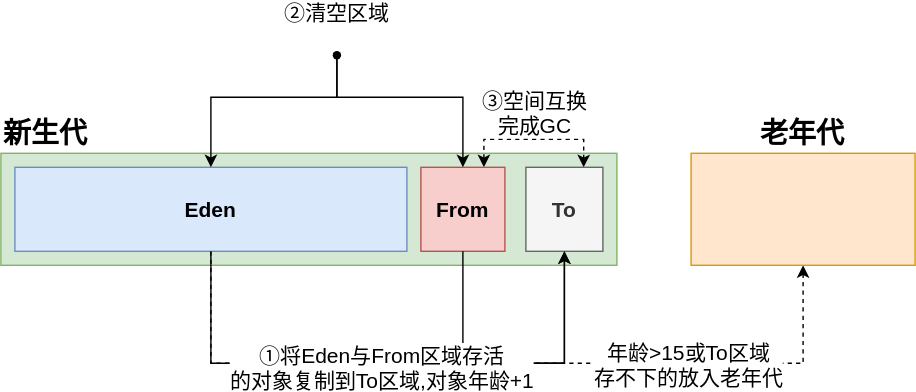
Above: Java/JVM/JVM内存模型/新生代GC.drawio.svg in Developer-Tang/notes (draw.io), before the change. Source tidied: cells renumbered, new cells last; positions are measured from the earlier drawing's top-left corner, leaving out a move shared by most shapes.
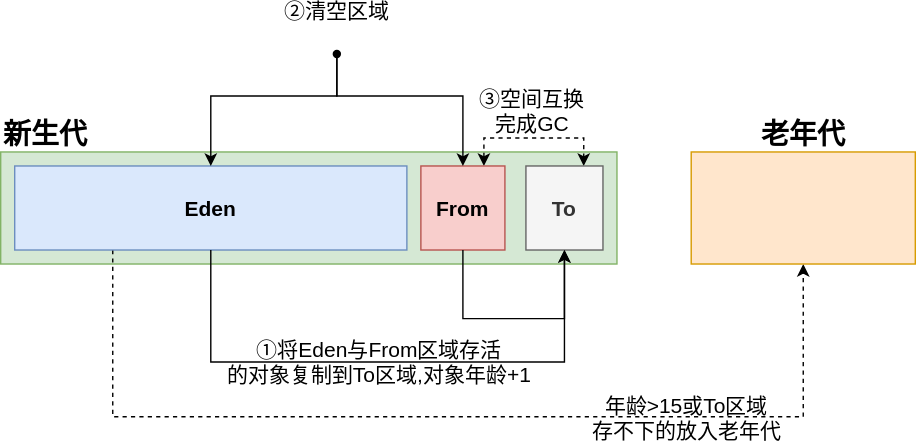
After the commit.

Change to the diagram source:
```diff
@@ -2,26 +2,26 @@
   <root>
     <mxCell id="0" />
     <mxCell id="1" parent="0" />
-    <mxCell id="2" value="新生代" style="rounded=0;whiteSpace=wrap;html=1;fontSize=20;align=left;verticalAlign=bottom;fillColor=#d5e8d4;strokeColor=#82b366;labelPosition=center;verticalLabelPosition=top;fontStyle=1;" parent="1" vertex="1">
+    <mxCell id="2" value="新生代" style="rounded=0;fontSize=20;align=left;verticalAlign=bottom;fillColor=#d5e8d4;strokeColor=#82b366;labelPosition=center;verticalLabelPosition=top;fontStyle=1;labelBackgroundColor=none;" parent="1" vertex="1">
       <mxGeometry y="90" width="440" height="80" as="geometry" />
     </mxCell>
-    <mxCell id="3" style="edgeStyle=orthogonalEdgeStyle;rounded=0;jettySize=auto;html=1;exitX=0.5;exitY=1;exitDx=0;exitDy=0;fontSize=15;dashed=1;fontStyle=1;entryX=0.5;entryY=1;entryDx=0;entryDy=0;" parent="1" edge="1" source="5" target="10">
+    <mxCell id="3" style="edgeStyle=orthogonalEdgeStyle;rounded=0;jettySize=auto;exitX=0.25;exitY=1;exitDx=0;exitDy=0;fontSize=15;dashed=1;fontStyle=1;entryX=0.5;entryY=1;entryDx=0;entryDy=0;labelBackgroundColor=none;" parent="1" edge="1" source="5" target="10">
       <mxGeometry relative="1" as="geometry">
         <Array as="points">
-          <mxPoint x="150" y="240" />
-          <mxPoint x="573" y="240" />
+          <mxPoint x="80" y="279" />
+          <mxPoint x="573" y="279" />
         </Array>
       </mxGeometry>
     </mxCell>
-    <mxCell id="4" value="年龄&amp;gt;15或To区域&lt;br&gt;存不下的放入老年代" style="edgeLabel;html=1;align=center;verticalAlign=middle;fontSize=15;fontStyle=0;" parent="3" vertex="1">
+    <mxCell id="4" value="年龄&gt;15或To区域&#10;存不下的放入老年代" style="edgeLabel;align=center;verticalAlign=middle;fontSize=15;fontStyle=0;labelBackgroundColor=none;" parent="3" vertex="1">
       <mxGeometry x="0.47" y="-2" relative="1" as="geometry">
         <mxPoint y="-2" as="offset" />
       </mxGeometry>
     </mxCell>
-    <mxCell id="5" value="Eden" style="whiteSpace=wrap;html=1;fontSize=15;align=center;verticalAlign=middle;fillColor=#dae8fc;strokeColor=#6c8ebf;fontStyle=1;" parent="1" vertex="1">
+    <mxCell id="5" value="Eden" style="fontSize=15;align=center;verticalAlign=middle;fillColor=#dae8fc;strokeColor=#6c8ebf;fontStyle=1;labelBackgroundColor=none;" parent="1" vertex="1">
       <mxGeometry x="10" y="100" width="280" height="60" as="geometry" />
     </mxCell>
-    <mxCell id="6" style="edgeStyle=orthogonalEdgeStyle;rounded=0;jettySize=auto;html=1;exitX=0.75;exitY=0;exitDx=0;exitDy=0;entryX=0.75;entryY=0;entryDx=0;entryDy=0;dashed=1;fontSize=15;startArrow=classic;startFill=1;fontStyle=1;" parent="1" edge="1" source="8" target="9">
+    <mxCell id="6" style="edgeStyle=orthogonalEdgeStyle;rounded=0;jettySize=auto;exitX=0.75;exitY=0;exitDx=0;exitDy=0;entryX=0.75;entryY=0;entryDx=0;entryDy=0;dashed=1;fontSize=15;startArrow=classic;startFill=1;fontStyle=1;labelBackgroundColor=none;" parent="1" edge="1" source="8" target="9">
       <mxGeometry relative="1" as="geometry">
         <Array as="points">
           <mxPoint x="345" y="80" />
@@ -29,29 +29,29 @@
         </Array>
       </mxGeometry>
     </mxCell>
-    <mxCell id="7" value="③空间互换&lt;br&gt;完成GC" style="edgeLabel;html=1;align=center;verticalAlign=middle;fontSize=15;fontStyle=0;" parent="6" vertex="1">
+    <mxCell id="7" value="③空间互换&#10;完成GC" style="edgeLabel;align=center;verticalAlign=middle;fontSize=15;fontStyle=0;labelBackgroundColor=none;" parent="6" vertex="1">
       <mxGeometry x="-0.2" relative="1" as="geometry">
         <mxPoint x="10" y="-20" as="offset" />
       </mxGeometry>
     </mxCell>
-    <mxCell id="8" value="From" style="whiteSpace=wrap;html=1;fontSize=15;align=center;verticalAlign=middle;fillColor=#f8cecc;strokeColor=#b85450;fontStyle=1;" parent="1" vertex="1">
+    <mxCell id="8" value="From" style="fontSize=15;align=center;verticalAlign=middle;fillColor=#f8cecc;strokeColor=#b85450;fontStyle=1;labelBackgroundColor=none;" parent="1" vertex="1">
       <mxGeometry x="300" y="100" width="60" height="60" as="geometry" />
     </mxCell>
-    <mxCell id="9" value="To" style="whiteSpace=wrap;html=1;fontSize=15;align=center;verticalAlign=middle;fillColor=#f5f5f5;strokeColor=#666666;fontColor=#333333;fontStyle=1;" parent="1" vertex="1">
+    <mxCell id="9" value="To" style="fontSize=15;align=center;verticalAlign=middle;fillColor=#f5f5f5;strokeColor=#666666;fontColor=#333333;fontStyle=1;labelBackgroundColor=none;" parent="1" vertex="1">
       <mxGeometry x="375" y="100" width="55" height="60" as="geometry" />
     </mxCell>
-    <mxCell id="10" value="老年代" style="whiteSpace=wrap;html=1;fontSize=20;fillColor=#ffe6cc;strokeColor=#d79b00;labelPosition=center;verticalLabelPosition=top;align=center;verticalAlign=bottom;fontStyle=1;" parent="1" vertex="1">
+    <mxCell id="10" value="老年代" style="fontSize=20;fillColor=#ffe6cc;strokeColor=#d79b00;labelPosition=center;verticalLabelPosition=top;align=center;verticalAlign=bottom;fontStyle=1;labelBackgroundColor=none;" parent="1" vertex="1">
       <mxGeometry x="493" y="90" width="160" height="80" as="geometry" />
     </mxCell>
-    <mxCell id="11" style="edgeStyle=orthogonalEdgeStyle;rounded=0;jettySize=auto;html=1;exitX=0.5;exitY=1;exitDx=0;exitDy=0;entryX=0.5;entryY=1;entryDx=0;entryDy=0;fontSize=20;fontStyle=1;" parent="1" edge="1" source="8" target="9">
+    <mxCell id="11" style="edgeStyle=orthogonalEdgeStyle;rounded=0;jettySize=auto;exitX=0.5;exitY=1;exitDx=0;exitDy=0;entryX=0.5;entryY=1;entryDx=0;entryDy=0;fontSize=20;fontStyle=1;labelBackgroundColor=none;" parent="1" edge="1" source="8" target="9">
       <mxGeometry relative="1" as="geometry">
         <Array as="points">
-          <mxPoint x="330" y="240" />
-          <mxPoint x="403" y="240" />
+          <mxPoint x="330" y="209" />
+          <mxPoint x="403" y="209" />
         </Array>
       </mxGeometry>
     </mxCell>
-    <mxCell id="12" style="edgeStyle=orthogonalEdgeStyle;rounded=0;jettySize=auto;html=1;exitX=0.5;exitY=1;exitDx=0;exitDy=0;entryX=0.5;entryY=1;entryDx=0;entryDy=0;fontSize=20;fontStyle=1;" parent="1" edge="1" source="5" target="9">
+    <mxCell id="12" style="edgeStyle=orthogonalEdgeStyle;rounded=0;jettySize=auto;entryX=0.5;entryY=1;entryDx=0;entryDy=0;fontSize=20;fontStyle=1;labelBackgroundColor=none;exitX=0.5;exitY=1;exitDx=0;exitDy=0;" parent="1" edge="1" source="5" target="9">
       <mxGeometry relative="1" as="geometry">
         <Array as="points">
           <mxPoint x="150" y="240" />
@@ -59,15 +59,15 @@
         </Array>
       </mxGeometry>
     </mxCell>
-    <mxCell id="13" value="①将Eden与From区域存活&lt;br style=&quot;font-size: 15px&quot;&gt;的对象复制到To区域,对象年龄+1" style="edgeLabel;html=1;align=center;verticalAlign=middle;fontSize=15;fontStyle=0;" parent="12" vertex="1">
+    <mxCell id="13" value="①将Eden与From区域存活&#10;的对象复制到To区域,对象年龄+1" style="edgeLabel;align=center;verticalAlign=middle;fontSize=15;fontStyle=0;labelBackgroundColor=none;" parent="12" vertex="1">
       <mxGeometry x="0.12" y="-2" relative="1" as="geometry">
-        <mxPoint x="-30" as="offset" />
+        <mxPoint x="-31" y="-3" as="offset" />
       </mxGeometry>
     </mxCell>
-    <mxCell id="14" value="②清空区域" style="shape=waypoint;sketch=0;size=6;points=[];fillColor=none;perimeter=centerPerimeter;snapToPoint=1;fontSize=15;align=center;verticalAlign=bottom;labelPosition=center;verticalLabelPosition=top;fontStyle=0;" parent="1" vertex="1">
+    <mxCell id="14" value="②清空区域" style="shape=waypoint;sketch=0;size=6;points=[];fillColor=none;perimeter=centerPerimeter;snapToPoint=1;fontSize=15;align=center;verticalAlign=bottom;labelPosition=center;verticalLabelPosition=top;fontStyle=0;labelBackgroundColor=none;" parent="1" vertex="1">
       <mxGeometry x="220" width="40" height="40" as="geometry" />
     </mxCell>
-    <mxCell id="15" style="endArrow=classic;html=1;rounded=0;fontSize=15;edgeStyle=orthogonalEdgeStyle;entryX=0.5;entryY=0;entryDx=0;entryDy=0;fontStyle=1;" parent="1" edge="1" source="14" target="8">
+    <mxCell id="15" style="endArrow=classic;rounded=0;fontSize=15;edgeStyle=orthogonalEdgeStyle;entryX=0.5;entryY=0;entryDx=0;entryDy=0;fontStyle=1;labelBackgroundColor=none;" parent="1" edge="1" source="14" target="8">
       <mxGeometry relative="1" as="geometry">
         <Array as="points">
           <mxPoint x="240" y="50" />
@@ -75,7 +75,7 @@
         </Array>
       </mxGeometry>
     </mxCell>
-    <mxCell id="16" style="endArrow=classic;html=1;rounded=0;fontSize=15;edgeStyle=orthogonalEdgeStyle;exitX=0.447;exitY=0.54;exitDx=0;exitDy=0;exitPerimeter=0;labelPosition=center;verticalLabelPosition=top;align=center;verticalAlign=bottom;fontStyle=1;" parent="1" edge="1" source="14" target="5">
+    <mxCell id="16" style="endArrow=classic;rounded=0;fontSize=15;edgeStyle=orthogonalEdgeStyle;exitX=0.447;exitY=0.54;exitDx=0;exitDy=0;exitPerimeter=0;labelPosition=center;verticalLabelPosition=top;align=center;verticalAlign=bottom;fontStyle=1;labelBackgroundColor=none;" parent="1" edge="1" source="14" target="5">
       <mxGeometry relative="1" as="geometry">
         <Array as="points">
           <mxPoint x="240" y="50" />
```
